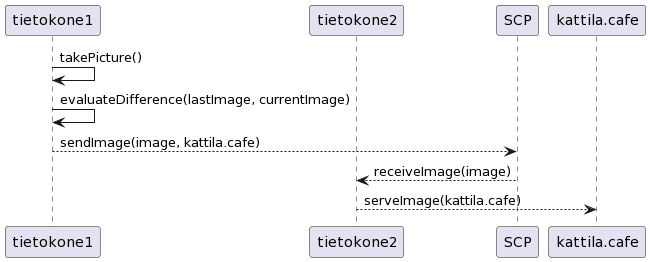
This is cafeSystem.png from teemupaloniemi/kahvikamera, a PlantUML export, as it was before one commit.
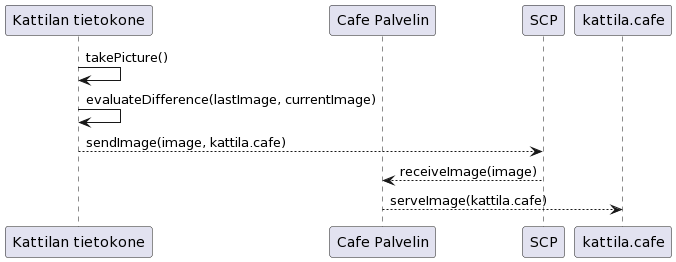
Above is the later version.

Commit message:
update system diagram

Diff of the diagram source:
```diff
@@ -1,6 +1,6 @@
 @startuml
-participant Computer1 as "tietokone1"
-participant Computer2 as "tietokone2"
+participant Computer1 as "Kattilan tietokone"
+participant Computer2 as "Cafe Palvelin"
 participant SCP as "SCP"
 participant Kettle as "kattila.cafe"
 
```
